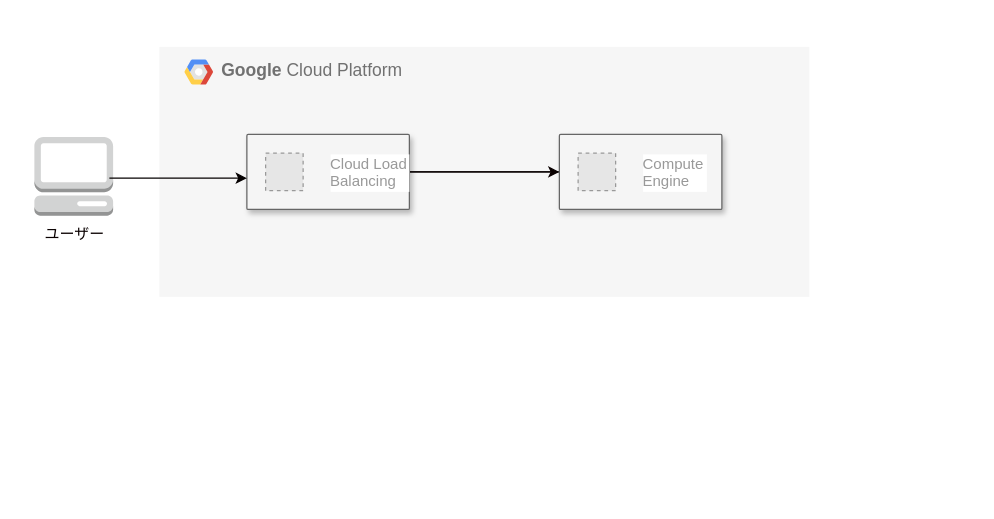
Before: sources/gcp.drawio in sugiyama404/practice_app_engine, a draw.io diagram. Source tidied: cells renumbered, new cells numbered last; positions are measured from the earlier drawing's top-left corner, leaving out a move shared by most shapes. Both pictures are drawn from the tidied source at 125%, with x=0, y=0 at pixel (29, 46). Pictures stored in the file or linked from it are replaced by grey dashed boxes.
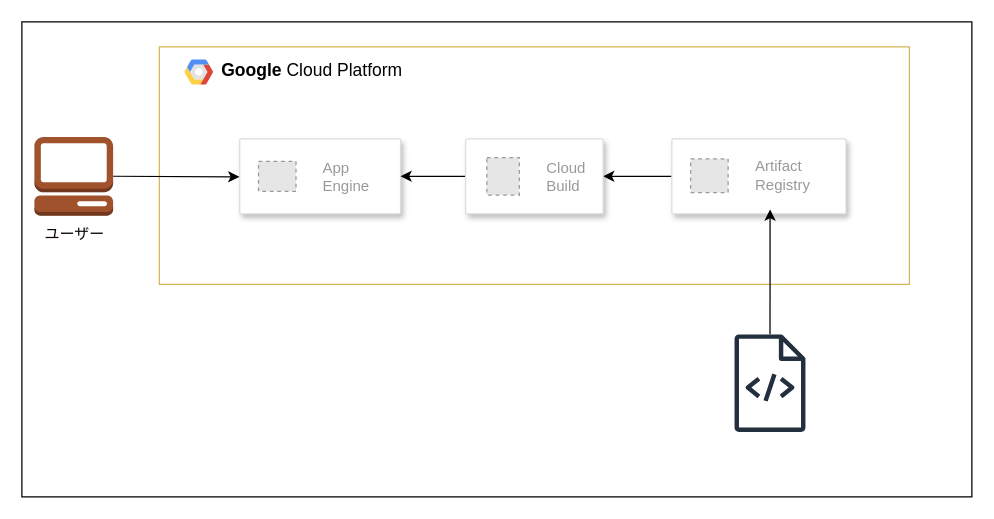
After the change.

The edit, as a diff of the source:
```diff
@@
-<mxGraphModel background="#ffffff">
+<mxGraphModel background="light-dark(#FFFFFF,#FFFFFF)">
@@
+    <mxCell id="13" style="rounded=0;whiteSpace=wrap;html=1;fillColor=light-dark(#FFFFFF,#FFFFFF);" parent="1" vertex="1">
+      <mxGeometry x="-6" y="-20" width="760" height="380" as="geometry" />
+    </mxCell>
-    <mxCell id="2" value="&lt;font color=&quot;#0a0000&quot;&gt;ユーザー&lt;/font&gt;" style="text;html=1;align=center;verticalAlign=middle;strokeColor=none;fillColor=none;" parent="1" vertex="1">
+    <mxCell id="2" value="&lt;font style=&quot;color: light-dark(rgb(10, 0, 0), rgb(0, 0, 0));&quot;&gt;ユーザー&lt;/font&gt;" style="text;html=1;align=center;verticalAlign=middle;strokeColor=none;fillColor=none;" parent="1" vertex="1">
       <mxGeometry x="0.5" y="135" width="70" height="30" as="geometry" />
     </mxCell>
-    <mxCell id="3" style="outlineConnect=0;dashed=0;verticalLabelPosition=bottom;verticalAlign=top;align=center;html=1;shape=mxgraph.aws3.management_console;fillColor=#D2D3D3;gradientColor=none;" parent="1" vertex="1">
+    <mxCell id="3" style="outlineConnect=0;dashed=0;verticalLabelPosition=bottom;verticalAlign=top;align=center;html=1;shape=mxgraph.aws3.management_console;fillColor=light-dark(#A0522D,#0A0000);fontColor=#ffffff;strokeColor=light-dark(#6D1F00,#000000);" parent="1" vertex="1">
       <mxGeometry x="4" y="72" width="63" height="63" as="geometry" />
     </mxCell>
-    <mxCell id="4" value="&lt;b&gt;Google &lt;/b&gt;Cloud Platform" style="fillColor=#F6F6F6;strokeColor=none;shadow=0;gradientColor=none;fontSize=14;align=left;spacing=10;fontColor=#717171;9E9E9E;verticalAlign=top;spacingTop=-4;fontStyle=0;spacingLeft=40;html=1;" parent="1" vertex="1">
-      <mxGeometry x="104" width="520" height="200" as="geometry" />
+    <mxCell id="4" value="&lt;b&gt;Google &lt;/b&gt;Cloud Platform" style="shadow=0;fontSize=14;align=left;spacing=10;9E9E9E;verticalAlign=top;spacingTop=-4;fontStyle=0;spacingLeft=40;html=1;fillColor=light-dark(#FFFFFF,#DBEDFF);gradientColor=none;strokeColor=#d6b656;" parent="1" vertex="1">
+      <mxGeometry x="104" width="600" height="190" as="geometry" />
     </mxCell>
@@
-    <mxCell id="6" style="edgeStyle=none;html=1;" parent="4" edge="1" source="8" target="11">
-      <mxGeometry relative="1" as="geometry" />
-    </mxCell>
-    <mxCell id="7" style="edgeStyle=none;html=1;strokeColor=#0a0000;" parent="4" edge="1" source="8" target="10">
-      <mxGeometry relative="1" as="geometry" />
-    </mxCell>
-    <mxCell id="8" style="strokeColor=#666666;shadow=1;strokeWidth=1;rounded=1;absoluteArcSize=1;arcSize=2;fillColor=#f5f5f5;fontColor=#333333;" parent="4" vertex="1">
-      <mxGeometry x="70" y="70" width="130" height="60" as="geometry" />
-    </mxCell>
-    <mxCell id="9" value="Cloud Load&#10;Balancing" style="fillColor=#E6E6E6;strokeColor=#999999;dashed=1;fontColor=#999999;verticalLabelPosition=middle;labelBackgroundColor=#ffffff;verticalAlign=middle;labelPosition=right;align=left;spacingLeft=20;" parent="8" vertex="1">
-      <mxGeometry width="30" height="30" relative="1" as="geometry">
-        <mxPoint x="15" y="15" as="offset" />
-      </mxGeometry>
-    </mxCell>
-    <mxCell id="10" style="strokeColor=#666666;shadow=1;strokeWidth=1;rounded=1;absoluteArcSize=1;arcSize=2;fillColor=#f5f5f5;fontColor=#333333;" parent="4" vertex="1">
-      <mxGeometry x="320" y="70" width="130" height="60" as="geometry" />
-    </mxCell>
-    <mxCell id="11" value="Compute&#10;Engine" style="fillColor=#E6E6E6;strokeColor=#999999;dashed=1;fontColor=#999999;verticalLabelPosition=middle;labelBackgroundColor=#ffffff;verticalAlign=middle;labelPosition=right;align=left;spacingLeft=20;" parent="10" vertex="1">
-      <mxGeometry width="30" height="30" relative="1" as="geometry">
-        <mxPoint x="15" y="15" as="offset" />
-      </mxGeometry>
-    </mxCell>
+    <mxCell id="14" style="strokeColor=#dddddd;shadow=1;strokeWidth=1;rounded=1;absoluteArcSize=1;arcSize=2;fillColor=light-dark(#FFFFFF,#FFFFFF);" parent="4" vertex="1">
+      <mxGeometry x="64.3" y="73.5" width="128.6" height="60" as="geometry" />
+    </mxCell>
+    <mxCell id="15" value="App&#10;Engine" style="fillColor=#E6E6E6;strokeColor=#999999;dashed=1;html=1;fontColor=#999999;verticalLabelPosition=middle;verticalAlign=middle;labelPosition=right;align=left;spacingLeft=20;" parent="14" vertex="1">
+      <mxGeometry width="30" height="24" relative="1" as="geometry">
+        <mxPoint x="15" y="18" as="offset" />
+      </mxGeometry>
+    </mxCell>
+    <mxCell id="16" style="edgeStyle=none;html=1;entryX=1;entryY=0.5;entryDx=0;entryDy=0;strokeColor=light-dark(#000000,#000000);" parent="4" edge="1" source="17" target="20">
+      <mxGeometry relative="1" as="geometry" />
+    </mxCell>
+    <mxCell id="17" style="strokeColor=#dddddd;shadow=1;strokeWidth=1;rounded=1;absoluteArcSize=1;arcSize=2;fillColor=light-dark(#FFFFFF,#FFFFFF);" parent="4" vertex="1">
+      <mxGeometry x="410" y="73.5" width="139.3" height="60" as="geometry" />
+    </mxCell>
+    <mxCell id="18" value="Artifact&#10;Registry" style="fillColor=#E6E6E6;strokeColor=#999999;dashed=1;html=1;fontColor=#999999;verticalLabelPosition=middle;verticalAlign=middle;labelPosition=right;align=left;spacingLeft=20;" parent="17" vertex="1">
+      <mxGeometry width="30" height="27" relative="1" as="geometry">
+        <mxPoint x="15" y="16" as="offset" />
+      </mxGeometry>
+    </mxCell>
+    <mxCell id="19" style="edgeStyle=none;html=1;entryX=1;entryY=0.5;entryDx=0;entryDy=0;strokeColor=light-dark(#000000,#000000);" parent="4" edge="1" source="20" target="14">
+      <mxGeometry relative="1" as="geometry" />
+    </mxCell>
+    <mxCell id="20" style="strokeColor=#dddddd;shadow=1;strokeWidth=1;rounded=1;absoluteArcSize=1;arcSize=2;fillColor=light-dark(#FFFFFF,#FFFFFF);" parent="4" vertex="1">
+      <mxGeometry x="245" y="73.5" width="110" height="60" as="geometry" />
+    </mxCell>
+    <mxCell id="21" value="Cloud&#10;Build" style="fillColor=#E6E6E6;strokeColor=#999999;dashed=1;html=1;fontColor=#999999;verticalLabelPosition=middle;verticalAlign=middle;labelPosition=right;align=left;spacingLeft=20;" parent="20" vertex="1">
+      <mxGeometry width="26" height="30" relative="1" as="geometry">
+        <mxPoint x="17" y="15" as="offset" />
+      </mxGeometry>
+    </mxCell>
-    <mxCell id="12" style="edgeStyle=none;html=1;strokeColor=#050000;" parent="1" edge="1">
+    <mxCell id="12" style="edgeStyle=none;html=1;strokeColor=light-dark(#050000, #0a0000);exitX=1;exitY=0.5;exitDx=0;exitDy=0;exitPerimeter=0;" parent="1" edge="1" source="3">
       <mxGeometry relative="1" as="geometry">
-        <mxPoint x="64" y="105" as="sourcePoint" />
-        <mxPoint x="174" y="105" as="targetPoint" />
+        <mxPoint x="168" y="104" as="targetPoint" />
       </mxGeometry>
     </mxCell>
+    <mxCell id="22" style="edgeStyle=none;html=1;entryX=0.564;entryY=0.942;entryDx=0;entryDy=0;entryPerimeter=0;strokeColor=light-dark(#000000,#0A0000);" parent="1" edge="1" source="23" target="17">
+      <mxGeometry relative="1" as="geometry" />
+    </mxCell>
+    <mxCell id="23" style="sketch=0;outlineConnect=0;fontColor=#232F3E;gradientColor=none;fillColor=#232F3D;strokeColor=none;dashed=0;verticalLabelPosition=bottom;verticalAlign=top;align=center;html=1;fontSize=12;fontStyle=0;shape=mxgraph.aws4.source_code;" parent="1" vertex="1">
+      <mxGeometry x="564" y="230" width="57" height="78" as="geometry" />
+    </mxCell>
```
